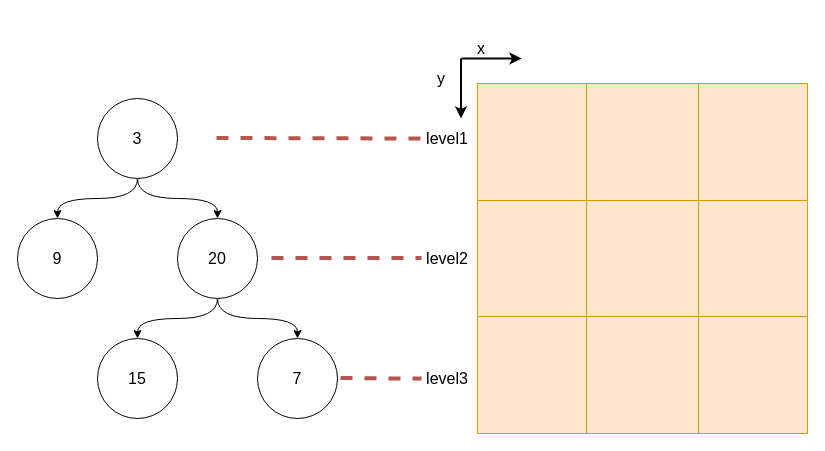
Earlier version of the draw.io diagram 传入的形参.drawio (codelyc/Hello-World). Source tidied: cells renumbered, new cells numbered last; positions are measured from the earlier drawing's top-left corner, leaving out a move shared by most shapes. Both pictures are drawn from the tidied source at 100%, with x=0, y=0 at pixel (17, 38).
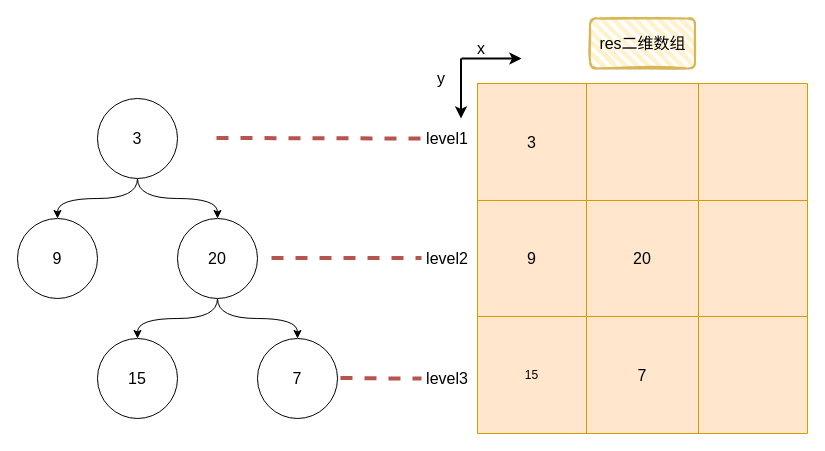
Above is the later version.

Commit message (it also covers changes not shown here):
更新传入的形参.drawio

The change refers to these unchanged cells:
```xml
<mxCell id="7" style="shape=partialRectangle;html=1;whiteSpace=wrap;fillColor=none;top=0;left=0;bottom=0;right=0;" parent="6" vertex="1">
  <mxGeometry width="330" height="117" as="geometry" />
</mxCell>
<mxCell id="11" style="shape=partialRectangle;html=1;whiteSpace=wrap;fillColor=none;top=0;left=0;bottom=0;right=0;" parent="6" vertex="1">
  <mxGeometry y="117" width="330" height="116" as="geometry" />
</mxCell>
<mxCell id="15" style="shape=partialRectangle;html=1;whiteSpace=wrap;fillColor=none;top=0;left=0;bottom=0;right=0;" parent="6" vertex="1">
  <mxGeometry y="233" width="330" height="117" as="geometry" />
</mxCell>
```

What changed in the source:
```diff
@@
-    <mxCell id="8" style="shape=partialRectangle;html=1;whiteSpace=wrap;fillColor=none;top=0;left=0;bottom=0;right=0;overflow=hidden;" parent="7" vertex="1">
+    <mxCell id="8" value="&lt;font style=&quot;font-size: 16px&quot;&gt;3&lt;/font&gt;" style="shape=partialRectangle;html=1;whiteSpace=wrap;fillColor=none;top=0;left=0;bottom=0;right=0;overflow=hidden;" parent="7" vertex="1">
       <mxGeometry width="109" height="117" as="geometry" />
     </mxCell>
@@
-    <mxCell id="12" style="shape=partialRectangle;html=1;whiteSpace=wrap;fillColor=none;top=0;left=0;bottom=0;right=0;overflow=hidden;" parent="11" vertex="1">
+    <mxCell id="12" value="&lt;font style=&quot;font-size: 16px&quot;&gt;9&lt;/font&gt;" style="shape=partialRectangle;html=1;whiteSpace=wrap;fillColor=none;top=0;left=0;bottom=0;right=0;overflow=hidden;" parent="11" vertex="1">
       <mxGeometry width="109" height="116" as="geometry" />
     </mxCell>
-    <mxCell id="13" style="shape=partialRectangle;html=1;whiteSpace=wrap;fillColor=none;top=0;left=0;bottom=0;right=0;overflow=hidden;" parent="11" vertex="1">
+    <mxCell id="13" value="&lt;font style=&quot;font-size: 16px&quot;&gt;20&lt;/font&gt;" style="shape=partialRectangle;html=1;whiteSpace=wrap;fillColor=none;top=0;left=0;bottom=0;right=0;overflow=hidden;" parent="11" vertex="1">
       <mxGeometry x="109" width="112" height="116" as="geometry" />
     </mxCell>
@@
-    <mxCell id="16" style="shape=partialRectangle;html=1;whiteSpace=wrap;fillColor=none;top=0;left=0;bottom=0;right=0;overflow=hidden;" parent="15" vertex="1">
+    <mxCell id="16" value="15" style="shape=partialRectangle;html=1;whiteSpace=wrap;fillColor=none;top=0;left=0;bottom=0;right=0;overflow=hidden;" parent="15" vertex="1">
       <mxGeometry width="109" height="117" as="geometry" />
     </mxCell>
-    <mxCell id="17" style="shape=partialRectangle;html=1;whiteSpace=wrap;fillColor=none;top=0;left=0;bottom=0;right=0;overflow=hidden;" parent="15" vertex="1">
+    <mxCell id="17" value="&lt;font style=&quot;font-size: 16px&quot;&gt;7&lt;/font&gt;" style="shape=partialRectangle;html=1;whiteSpace=wrap;fillColor=none;top=0;left=0;bottom=0;right=0;overflow=hidden;" parent="15" vertex="1">
       <mxGeometry x="109" width="112" height="117" as="geometry" />
     </mxCell>
@@
+    <mxCell id="35" value="&lt;font style=&quot;font-size: 16px&quot;&gt;res二维数组&lt;/font&gt;" style="rounded=1;whiteSpace=wrap;html=1;strokeWidth=2;fillWeight=4;hachureGap=8;hachureAngle=45;fillColor=#fff2cc;sketch=1;strokeColor=#d6b656;" parent="1" vertex="1">
+      <mxGeometry x="572.5" y="-20" width="105" height="50" as="geometry" />
+    </mxCell>
```
